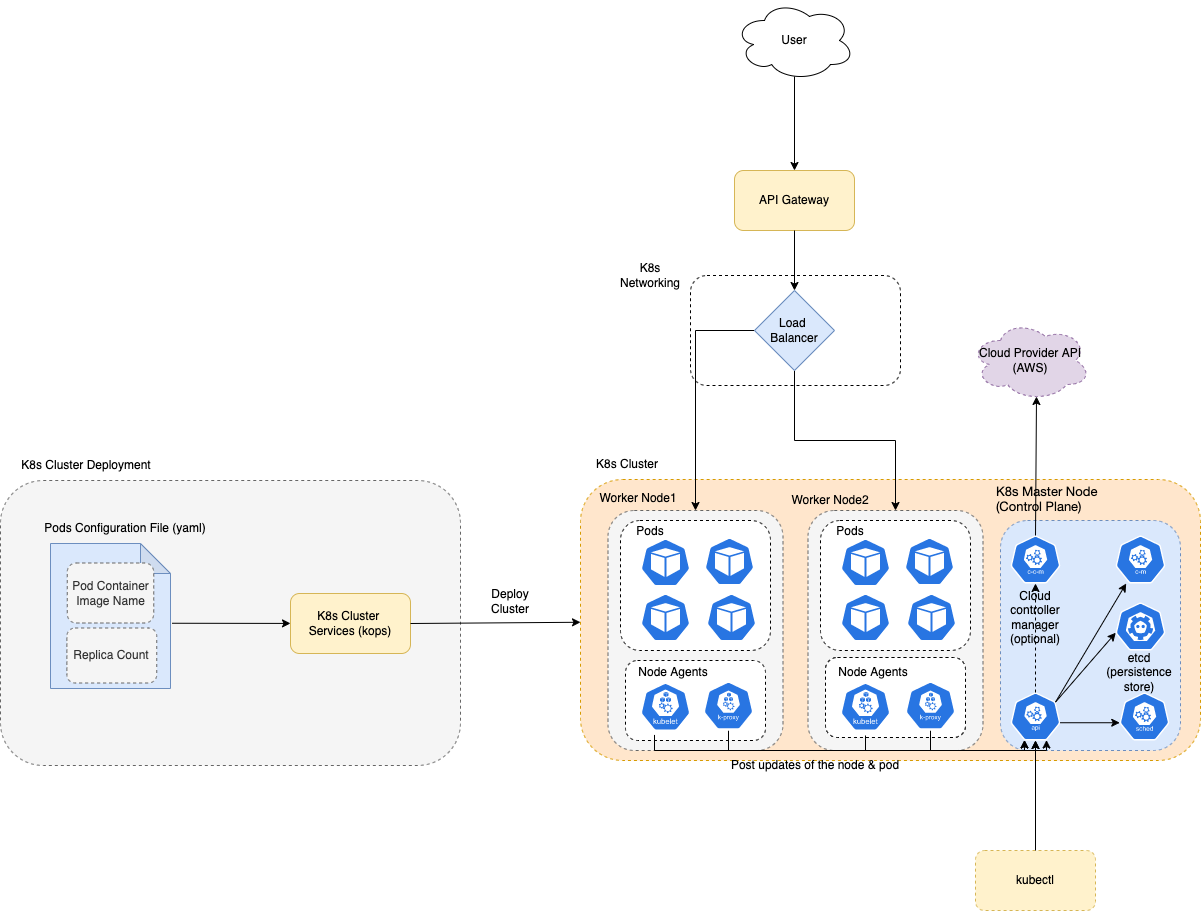
The draw.io diagram src/1_HLDDesignComponents/6a_ContainerOrchestrationServices/assests/Kubernates-Architecture.png in Anshul619/HLD-System-Designs, before a commit. Source tidied: cells renumbered, new cells last; positions are measured from the earlier drawing's top-left corner, leaving out a move shared by most shapes.
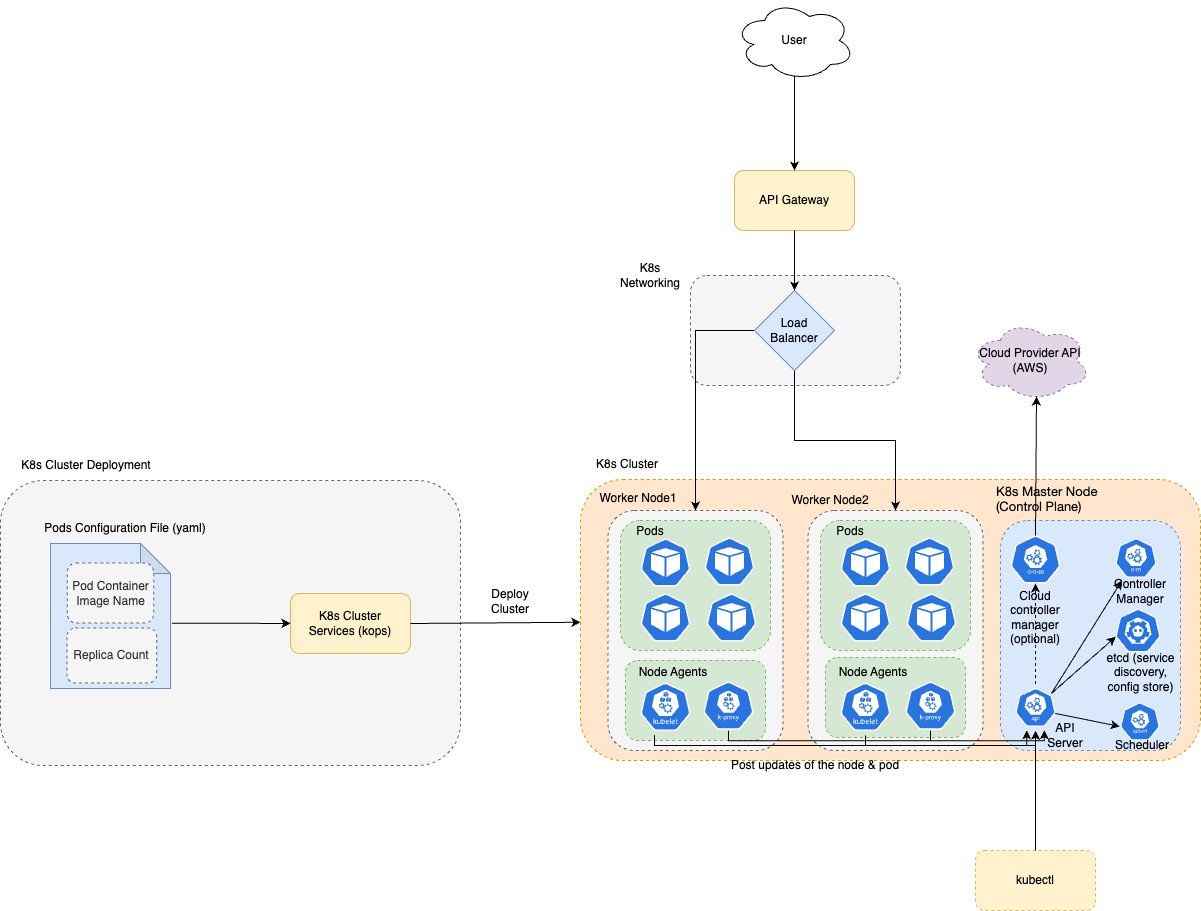
Later version of the same file.

Change to the diagram source:
```diff
@@ -11,19 +11,19 @@
     <mxCell id="4" style="rounded=1;whiteSpace=wrap;html=1;dashed=1;" parent="1" vertex="1">
       <mxGeometry x="825" y="657" width="140" height="80" as="geometry" />
     </mxCell>
-    <mxCell id="5" style="rounded=1;whiteSpace=wrap;html=1;dashed=1;" parent="1" vertex="1">
+    <mxCell id="5" style="rounded=1;whiteSpace=wrap;html=1;dashed=1;fillColor=#d5e8d4;strokeColor=#82b366;" parent="1" vertex="1">
       <mxGeometry x="825" y="657" width="140" height="80" as="geometry" />
     </mxCell>
     <mxCell id="6" style="rounded=1;whiteSpace=wrap;html=1;fillColor=#f5f5f5;strokeColor=#666666;fontColor=#333333;dashed=1;" parent="1" vertex="1">
       <mxGeometry x="607.5" y="510" width="175" height="240" as="geometry" />
     </mxCell>
-    <mxCell id="7" style="rounded=1;whiteSpace=wrap;html=1;dashed=1;" parent="1" vertex="1">
+    <mxCell id="7" style="rounded=1;whiteSpace=wrap;html=1;dashed=1;fillColor=#f5f5f5;strokeColor=#666666;fontColor=#333333;" parent="1" vertex="1">
       <mxGeometry x="690" y="275" width="210" height="110" as="geometry" />
     </mxCell>
     <mxCell id="8" style="rounded=1;whiteSpace=wrap;html=1;dashed=1;fillColor=#f5f5f5;strokeColor=#666666;fontColor=#333333;" parent="1" vertex="1">
       <mxGeometry y="480" width="460" height="285" as="geometry" />
     </mxCell>
-    <mxCell id="9" style="rounded=1;whiteSpace=wrap;html=1;dashed=1;" parent="1" vertex="1">
+    <mxCell id="9" style="rounded=1;whiteSpace=wrap;html=1;dashed=1;fillColor=#d5e8d4;strokeColor=#82b366;" parent="1" vertex="1">
       <mxGeometry x="620" y="520" width="150" height="130" as="geometry" />
     </mxCell>
     <mxCell id="10" style="sketch=0;html=1;dashed=0;whitespace=wrap;fillColor=#2875E2;strokeColor=#ffffff;shape=mxgraph.kubernetes.icon;prIcon=pod;" parent="1" vertex="1">
@@ -106,7 +106,7 @@
     <mxCell id="35" value="Replica Count" style="rounded=1;whiteSpace=wrap;html=1;dashed=1;fillColor=#f5f5f5;strokeColor=#666666;fontColor=#333333;" parent="1" vertex="1">
       <mxGeometry x="66.4" y="627.5" width="89.9" height="55" as="geometry" />
     </mxCell>
-    <mxCell id="36" style="rounded=1;whiteSpace=wrap;html=1;dashed=1;" parent="1" vertex="1">
+    <mxCell id="36" style="rounded=1;whiteSpace=wrap;html=1;dashed=1;fillColor=#d5e8d4;strokeColor=#82b366;" parent="1" vertex="1">
       <mxGeometry x="625" y="660" width="140" height="80" as="geometry" />
     </mxCell>
     <mxCell id="37" value="Node Agents" style="text;html=1;strokeColor=none;fillColor=none;align=center;verticalAlign=middle;whiteSpace=wrap;rounded=0;dashed=1;" parent="1" vertex="1">
@@ -118,7 +118,7 @@
     <mxCell id="39" style="sketch=0;html=1;dashed=0;whitespace=wrap;fillColor=#2875E2;strokeColor=#ffffff;points=[[0.005,0.63,0],[0.1,0.2,0],[0.9,0.2,0],[0.5,0,0],[0.995,0.63,0],[0.72,0.99,0],[0.5,1,0],[0.28,0.99,0]];shape=mxgraph.kubernetes.icon;prIcon=k_proxy;" parent="1" vertex="1">
       <mxGeometry x="703" y="680" width="50" height="50.2" as="geometry" />
     </mxCell>
-    <mxCell id="40" style="rounded=1;whiteSpace=wrap;html=1;dashed=1;" parent="1" vertex="1">
+    <mxCell id="40" style="rounded=1;whiteSpace=wrap;html=1;dashed=1;fillColor=#d5e8d4;strokeColor=#82b366;" parent="1" vertex="1">
       <mxGeometry x="820" y="520" width="150" height="130" as="geometry" />
     </mxCell>
     <mxCell id="41" style="sketch=0;html=1;dashed=0;whitespace=wrap;fillColor=#2875E2;strokeColor=#ffffff;shape=mxgraph.kubernetes.icon;prIcon=pod;" parent="1" vertex="1">
@@ -149,7 +149,7 @@
       <mxGeometry x="995" y="483" width="130" height="30" as="geometry" />
     </mxCell>
     <mxCell id="50" style="sketch=0;html=1;dashed=0;whitespace=wrap;fillColor=#2875E2;strokeColor=#ffffff;points=[[0.005,0.63,0],[0.1,0.2,0],[0.9,0.2,0],[0.5,0,0],[0.995,0.63,0],[0.72,0.99,0],[0.5,1,0],[0.28,0.99,0]];shape=mxgraph.kubernetes.icon;prIcon=api;" parent="1" vertex="1">
-      <mxGeometry x="1010" y="692" width="50" height="48" as="geometry" />
+      <mxGeometry x="1015" y="683.5" width="40" height="46.8" as="geometry" />
     </mxCell>
     <mxCell id="51" style="endArrow=classic;html=1;rounded=0;exitX=0.5;exitY=1;exitDx=0;exitDy=0;exitPerimeter=0;entryX=0.28;entryY=0.99;entryDx=0;entryDy=0;entryPerimeter=0;edgeStyle=orthogonalEdgeStyle;" parent="1" edge="1" source="48" target="50">
       <mxGeometry relative="1" as="geometry" />
@@ -167,22 +167,22 @@
       <mxGeometry x="665" y="750" width="300" height="30" as="geometry" />
     </mxCell>
     <mxCell id="56" style="sketch=0;html=1;dashed=0;whitespace=wrap;fillColor=#2875E2;strokeColor=#ffffff;points=[[0.005,0.63,0],[0.1,0.2,0],[0.9,0.2,0],[0.5,0,0],[0.995,0.63,0],[0.72,0.99,0],[0.5,1,0],[0.28,0.99,0]];shape=mxgraph.kubernetes.icon;prIcon=sched;" parent="1" vertex="1">
-      <mxGeometry x="1119" y="692" width="50" height="48" as="geometry" />
+      <mxGeometry x="1119" y="702" width="41" height="38" as="geometry" />
     </mxCell>
     <mxCell id="57" style="endArrow=classic;html=1;rounded=0;exitX=0.995;exitY=0.63;exitDx=0;exitDy=0;exitPerimeter=0;entryX=0.005;entryY=0.63;entryDx=0;entryDy=0;entryPerimeter=0;" parent="1" edge="1" source="50" target="56">
       <mxGeometry relative="1" as="geometry" />
     </mxCell>
     <mxCell id="58" style="sketch=0;html=1;dashed=0;whitespace=wrap;fillColor=#2875E2;strokeColor=#ffffff;points=[[0.005,0.63,0],[0.1,0.2,0],[0.9,0.2,0],[0.5,0,0],[0.995,0.63,0],[0.72,0.99,0],[0.5,1,0],[0.28,0.99,0]];shape=mxgraph.kubernetes.icon;prIcon=etcd;" parent="1" vertex="1">
-      <mxGeometry x="1115" y="602" width="50" height="48" as="geometry" />
+      <mxGeometry x="1115" y="606" width="45" height="48" as="geometry" />
     </mxCell>
     <mxCell id="59" style="endArrow=classic;html=1;rounded=0;exitX=0.9;exitY=0.2;exitDx=0;exitDy=0;exitPerimeter=0;entryX=0.005;entryY=0.63;entryDx=0;entryDy=0;entryPerimeter=0;" parent="1" edge="1" source="50" target="58">
       <mxGeometry relative="1" as="geometry" />
     </mxCell>
-    <mxCell id="60" value="etcd (persistence store)" style="text;html=1;strokeColor=none;fillColor=none;align=center;verticalAlign=middle;whiteSpace=wrap;rounded=0;dashed=1;" parent="1" vertex="1">
-      <mxGeometry x="1109" y="657" width="60" height="30" as="geometry" />
+    <mxCell id="60" value="etcd (service discovery, config store)" style="text;html=1;strokeColor=none;fillColor=none;align=center;verticalAlign=middle;whiteSpace=wrap;rounded=0;dashed=1;" parent="1" vertex="1">
+      <mxGeometry x="1099.5" y="657" width="81" height="30" as="geometry" />
     </mxCell>
     <mxCell id="61" style="sketch=0;html=1;dashed=0;whitespace=wrap;fillColor=#2875E2;strokeColor=#ffffff;points=[[0.005,0.63,0],[0.1,0.2,0],[0.9,0.2,0],[0.5,0,0],[0.995,0.63,0],[0.72,0.99,0],[0.5,1,0],[0.28,0.99,0]];shape=mxgraph.kubernetes.icon;prIcon=c_m;" parent="1" vertex="1">
-      <mxGeometry x="1115" y="535" width="50" height="48" as="geometry" />
+      <mxGeometry x="1115" y="535" width="41" height="45" as="geometry" />
     </mxCell>
     <mxCell id="62" style="sketch=0;html=1;dashed=0;whitespace=wrap;fillColor=#2875E2;strokeColor=#ffffff;points=[[0.005,0.63,0],[0.1,0.2,0],[0.9,0.2,0],[0.5,0,0],[0.995,0.63,0],[0.72,0.99,0],[0.5,1,0],[0.28,0.99,0]];shape=mxgraph.kubernetes.icon;prIcon=c_c_m;" parent="1" vertex="1">
       <mxGeometry x="1010" y="535" width="50" height="48" as="geometry" />
@@ -208,5 +208,14 @@
     <mxCell id="69" style="endArrow=classic;html=1;rounded=0;exitX=0.5;exitY=0;exitDx=0;exitDy=0;entryX=0.5;entryY=1;entryDx=0;entryDy=0;entryPerimeter=0;" parent="1" edge="1" source="68" target="50">
       <mxGeometry relative="1" as="geometry" />
     </mxCell>
+    <mxCell id="70" value="API Server" style="text;html=1;strokeColor=none;fillColor=none;align=center;verticalAlign=middle;whiteSpace=wrap;rounded=0;" parent="1" vertex="1">
+      <mxGeometry x="1035" y="720" width="60" height="30" as="geometry" />
+    </mxCell>
+    <mxCell id="71" value="Scheduler" style="text;html=1;strokeColor=none;fillColor=none;align=center;verticalAlign=middle;whiteSpace=wrap;rounded=0;" parent="1" vertex="1">
+      <mxGeometry x="1112" y="730.2" width="60" height="30" as="geometry" />
+    </mxCell>
+    <mxCell id="72" value="Controller Manager" style="text;html=1;strokeColor=none;fillColor=none;align=center;verticalAlign=middle;whiteSpace=wrap;rounded=0;" parent="1" vertex="1">
+      <mxGeometry x="1110" y="575.5" width="60" height="30" as="geometry" />
+    </mxCell>
   </root>
 </mxGraphModel>
```
